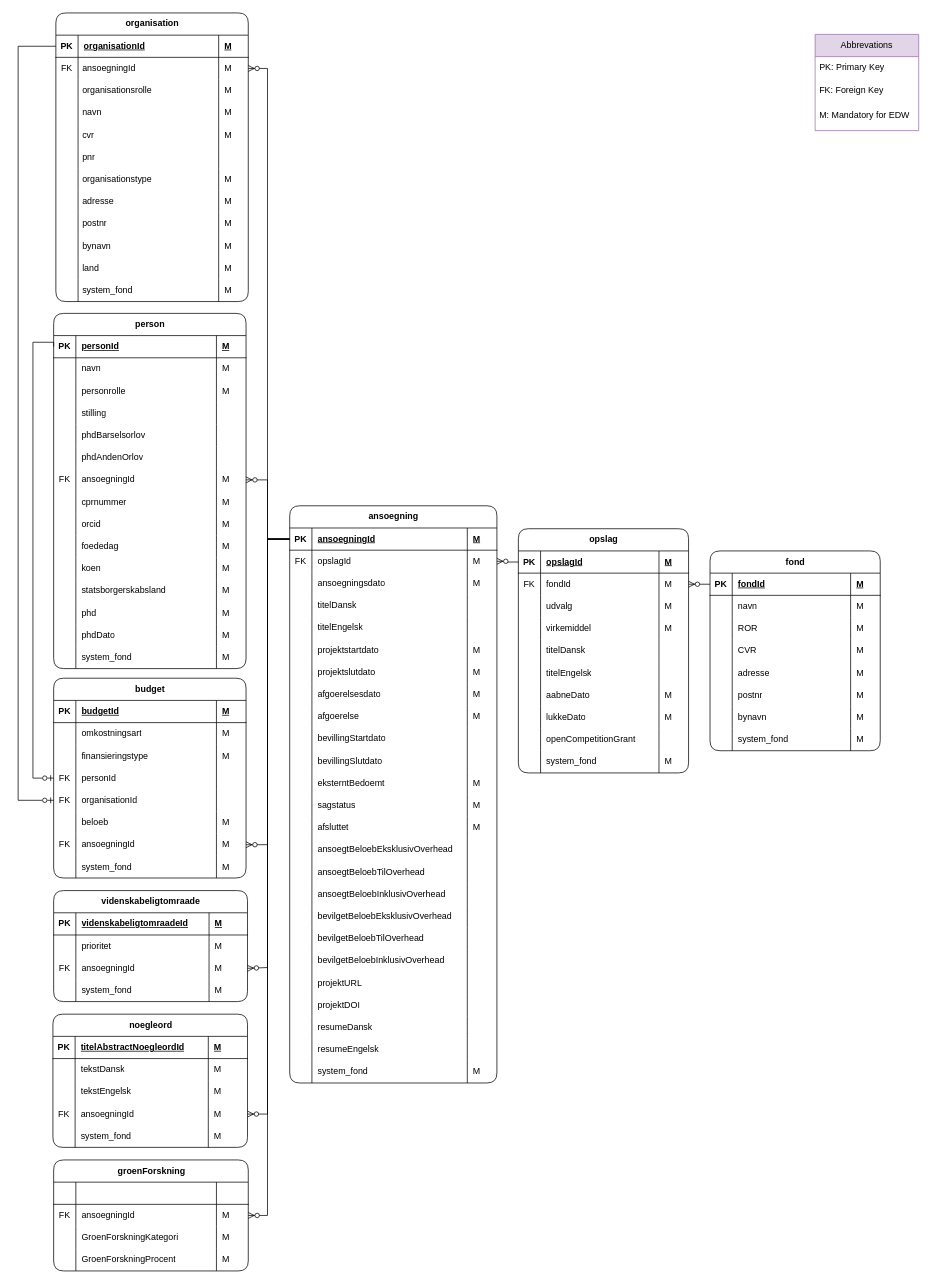
This is page "Ny EDW" (4 of 5) of Grants model.drawio from thomas-lange-dk/Grants, a draw.io file, before an edit. Source tidied: cells renumbered, new cells numbered last; positions are measured from the earlier drawing's top-left corner, leaving out a move shared by most shapes. Both pictures are drawn from the tidied source at 74%, with x=0, y=0 at pixel (18, 13).
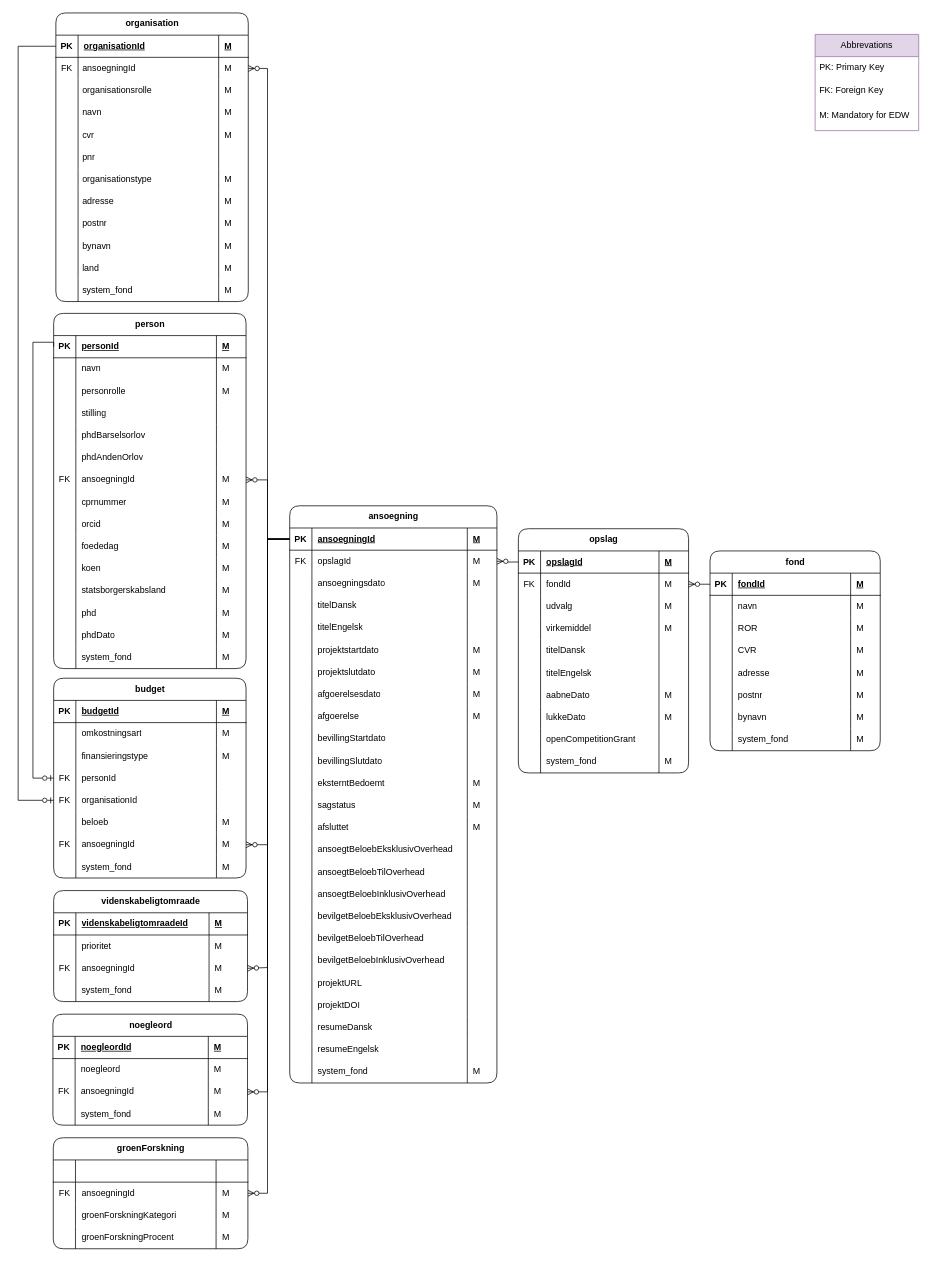
The same page after the edit.

The change refers to these unchanged cells:
```xml
<mxCell id="52" style="shape=tableRow;horizontal=0;startSize=0;swimlaneHead=0;swimlaneBody=0;fillColor=none;top=0;left=0;right=0;bottom=1;shadow=0;" parent="51" vertex="1">
  <mxGeometry y="30" width="263" height="30" as="geometry" />
</mxCell>
<mxCell id="56" style="shape=tableRow;horizontal=0;startSize=0;swimlaneHead=0;swimlaneBody=0;fillColor=none;top=0;left=0;right=0;bottom=0;shadow=0;" parent="51" vertex="1">
  <mxGeometry y="60" width="263" height="30" as="geometry" />
</mxCell>
<mxCell id="67" value="M" style="shape=partialRectangle;fillColor=none;top=0;left=0;bottom=0;right=0;align=left;spacingLeft=6;overflow=hidden;whiteSpace=wrap;html=1;shadow=0;" parent="64" vertex="1">
  <mxGeometry x="210" width="53" height="30" as="geometry" />
</mxCell>
<mxCell id="137" value="PK" style="shape=partialRectangle;fillColor=none;top=0;left=0;bottom=0;right=0;fontStyle=1;overflow=hidden;whiteSpace=wrap;html=1;shadow=0;" parent="136" vertex="1">
  <mxGeometry width="30" height="30" as="geometry" />
</mxCell>
<mxCell id="376" style="shape=tableRow;horizontal=0;startSize=0;swimlaneHead=0;swimlaneBody=0;fillColor=none;points=[[0,0.5],[1,0.5]];portConstraint=eastwest;top=0;left=0;right=0;bottom=0;shadow=0;" parent="371" vertex="1">
  <mxGeometry y="60" width="263" height="30" as="geometry" />
</mxCell>
<mxCell id="380" style="shape=tableRow;horizontal=0;startSize=0;swimlaneHead=0;swimlaneBody=0;fillColor=none;top=0;left=0;right=0;bottom=0;shadow=0;" parent="371" vertex="1">
  <mxGeometry y="90" width="263" height="30" as="geometry" />
</mxCell>
<mxCell id="384" style="shape=tableRow;horizontal=0;startSize=0;swimlaneHead=0;swimlaneBody=0;fillColor=none;top=0;left=0;right=0;bottom=0;shadow=0;" parent="371" vertex="1">
  <mxGeometry y="120" width="263" height="30" as="geometry" />
</mxCell>
```

What changed in the source:
```diff
@@
     <mxCell id="51" value="noegleord" style="shape=table;startSize=30;childLayout=tableLayout;rowLines=0;fontStyle=1;align=center;html=1;shadow=0;rounded=1;" parent="1" vertex="1">
-      <mxGeometry x="47" y="1353" width="263" height="180" as="geometry" />
+      <mxGeometry x="47" y="1353" width="263" height="150" as="geometry" />
     </mxCell>
@@
-    <mxCell id="54" value="&lt;span style=&quot;text-align: center; text-wrap-mode: nowrap;&quot;&gt;titelAbstractNoegleord&lt;/span&gt;Id" style="shape=partialRectangle;fillColor=none;top=0;left=0;bottom=0;right=0;align=left;spacingLeft=6;fontStyle=5;overflow=hidden;whiteSpace=wrap;html=1;shadow=0;" parent="52" vertex="1">
+    <mxCell id="54" value="&lt;span style=&quot;text-align: center; text-wrap-mode: nowrap;&quot;&gt;noegleord&lt;/span&gt;Id" style="shape=partialRectangle;fillColor=none;top=0;left=0;bottom=0;right=0;align=left;spacingLeft=6;fontStyle=5;overflow=hidden;whiteSpace=wrap;html=1;shadow=0;" parent="52" vertex="1">
       <mxGeometry x="30" width="180" height="30" as="geometry" />
     </mxCell>
@@
-    <mxCell id="58" value="tekstDansk" style="shape=partialRectangle;fillColor=none;top=0;left=0;bottom=0;right=0;align=left;spacingLeft=6;overflow=hidden;whiteSpace=wrap;html=1;shadow=0;" parent="56" vertex="1">
+    <mxCell id="58" value="noegleord" style="shape=partialRectangle;fillColor=none;top=0;left=0;bottom=0;right=0;align=left;spacingLeft=6;overflow=hidden;whiteSpace=wrap;html=1;shadow=0;" parent="56" vertex="1">
       <mxGeometry x="30" width="180" height="30" as="geometry" />
     </mxCell>
@@
-    <mxCell id="60" style="shape=tableRow;horizontal=0;startSize=0;swimlaneHead=0;swimlaneBody=0;fillColor=none;top=0;left=0;right=0;bottom=0;shadow=0;" parent="51" vertex="1">
-      <mxGeometry y="90" width="263" height="30" as="geometry" />
-    </mxCell>
-    <mxCell id="61" style="shape=partialRectangle;fillColor=none;top=0;left=0;bottom=0;right=0;overflow=hidden;whiteSpace=wrap;html=1;shadow=0;" parent="60" vertex="1">
-      <mxGeometry width="30" height="30" as="geometry" />
-    </mxCell>
-    <mxCell id="62" value="tekstEngelsk" style="shape=partialRectangle;fillColor=none;top=0;left=0;bottom=0;right=0;align=left;spacingLeft=6;overflow=hidden;whiteSpace=wrap;html=1;shadow=0;" parent="60" vertex="1">
-      <mxGeometry x="30" width="180" height="30" as="geometry" />
-    </mxCell>
-    <mxCell id="63" value="M" style="shape=partialRectangle;fillColor=none;top=0;left=0;bottom=0;right=0;align=left;spacingLeft=6;overflow=hidden;whiteSpace=wrap;html=1;shadow=0;" parent="60" vertex="1">
-      <mxGeometry x="210" width="53" height="30" as="geometry" />
-    </mxCell>
     <mxCell id="64" style="shape=tableRow;horizontal=0;startSize=0;swimlaneHead=0;swimlaneBody=0;fillColor=none;top=0;left=0;right=0;bottom=0;shadow=0;" parent="51" vertex="1">
-      <mxGeometry y="120" width="263" height="30" as="geometry" />
+      <mxGeometry y="90" width="263" height="30" as="geometry" />
     </mxCell>
@@
     <mxCell id="68" style="shape=tableRow;horizontal=0;startSize=0;swimlaneHead=0;swimlaneBody=0;fillColor=none;top=0;left=0;right=0;bottom=0;shadow=0;" parent="51" vertex="1">
-      <mxGeometry y="150" width="263" height="30" as="geometry" />
+      <mxGeometry y="120" width="263" height="30" as="geometry" />
     </mxCell>
@@
     <mxCell id="365" style="edgeStyle=orthogonalEdgeStyle;fontSize=12;html=1;endArrow=ERzeroToMany;endFill=1;rounded=0;shadow=0;exitX=0;exitY=0.5;exitDx=0;exitDy=0;entryX=1;entryY=0.5;entryDx=0;entryDy=0;" parent="1" edge="1" source="137" target="67">
       <mxGeometry relative="1" as="geometry">
         <Array as="points">
           <mxPoint x="337" y="711" />
-          <mxPoint x="337" y="1488" />
+          <mxPoint x="337" y="1458" />
         </Array>
       </mxGeometry>
     </mxCell>
@@
     <mxCell id="371" value="groenForskning" style="shape=table;startSize=30;childLayout=tableLayout;rowLines=0;fontStyle=1;align=center;html=1;shadow=0;rounded=1;" parent="1" vertex="1">
-      <mxGeometry x="48" y="1550" width="263" height="150" as="geometry" />
+      <mxGeometry x="47.5" y="1520" width="263" height="150" as="geometry" />
     </mxCell>
@@
-    <mxCell id="382" value="GroenForskningKategori" style="shape=partialRectangle;fillColor=none;top=0;left=0;bottom=0;right=0;align=left;spacingLeft=6;overflow=hidden;whiteSpace=wrap;html=1;shadow=0;" parent="380" vertex="1">
+    <mxCell id="382" value="groenForskningKategori" style="shape=partialRectangle;fillColor=none;top=0;left=0;bottom=0;right=0;align=left;spacingLeft=6;overflow=hidden;whiteSpace=wrap;html=1;shadow=0;" parent="380" vertex="1">
       <mxGeometry x="30" width="190" height="30" as="geometry" />
     </mxCell>
@@
-    <mxCell id="386" value="GroenForskningProcent" style="shape=partialRectangle;fillColor=none;top=0;left=0;bottom=0;right=0;align=left;spacingLeft=6;overflow=hidden;whiteSpace=wrap;html=1;shadow=0;" parent="384" vertex="1">
+    <mxCell id="386" value="groenForskningProcent" style="shape=partialRectangle;fillColor=none;top=0;left=0;bottom=0;right=0;align=left;spacingLeft=6;overflow=hidden;whiteSpace=wrap;html=1;shadow=0;" parent="384" vertex="1">
       <mxGeometry x="30" width="190" height="30" as="geometry" />
     </mxCell>
@@
     <mxCell id="388" style="edgeStyle=orthogonalEdgeStyle;fontSize=12;html=1;endArrow=ERzeroToMany;endFill=1;rounded=0;shadow=0;entryX=1;entryY=0.5;entryDx=0;entryDy=0;exitX=0;exitY=0.5;exitDx=0;exitDy=0;" parent="1" edge="1" source="137" target="376">
       <mxGeometry relative="1" as="geometry">
         <Array as="points">
           <mxPoint x="337" y="711" />
-          <mxPoint x="337" y="1625" />
+          <mxPoint x="337" y="1595" />
         </Array>
       </mxGeometry>
     </mxCell>
```
